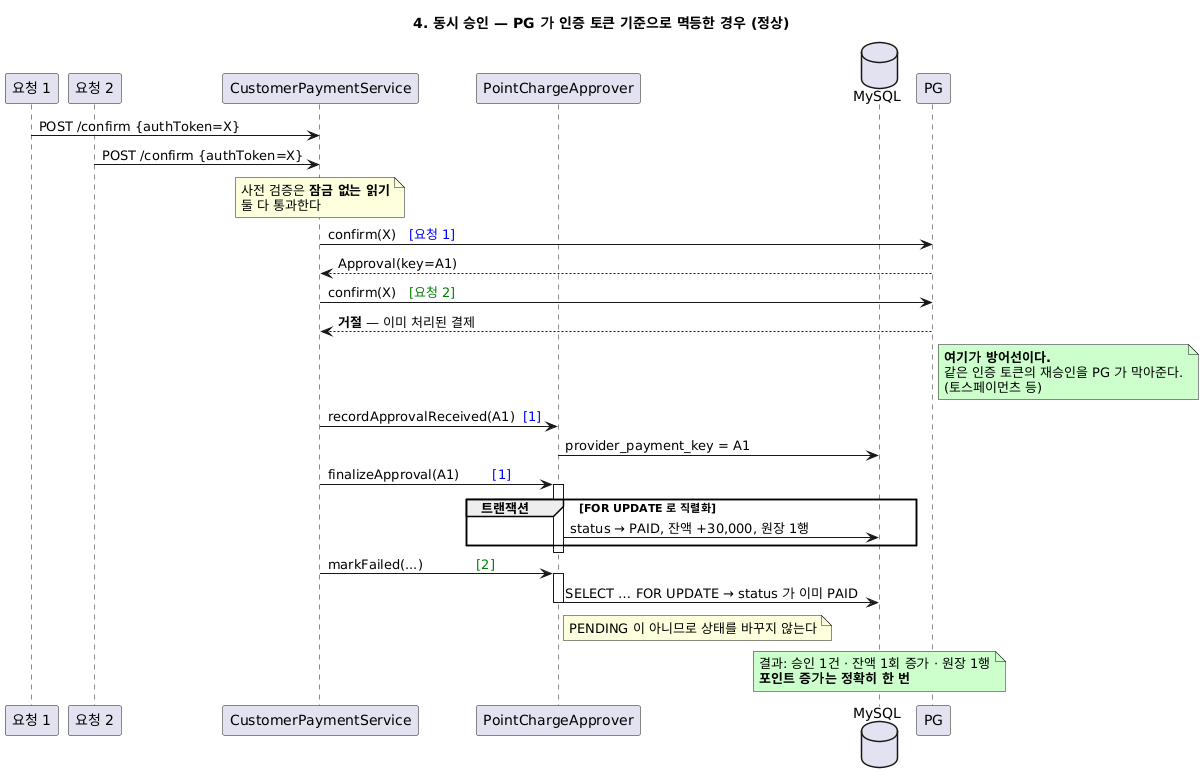
Earlier version of the PlantUML export docs/결제승인_관련_다이어그램/04-동시승인-PG멱등.png (softeerbootcamp-8th/WEB-Team7-Turkey). The source it was exported from:
```plantuml
@startuml 04-동시승인-PG멱등
title 4. 동시 승인 — PG 가 인증 토큰 기준으로 멱등한 경우 (정상)

participant "요청 1" as T1
participant "요청 2" as T2
participant "CustomerPaymentService" as S
participant "PointChargeApprover" as A
database "MySQL" as DB
participant "PG" as PG

T1 -> S: POST /confirm {authToken=X}
T2 -> S: POST /confirm {authToken=X}
note over S: 사전 검증은 <b>잠금 없는 읽기</b>\n둘 다 통과한다

S -> PG: confirm(X)   <font color=blue>[요청 1]</font>
PG --> S: Approval(key=A1)
S -> PG: confirm(X)   <font color=green>[요청 2]</font>
PG --> S: <b>거절</b> — 이미 처리된 결제
note right of PG #CCFFCC
  <b>여기가 방어선이다.</b>
  같은 인증 토큰의 재승인을 PG 가 막아준다.
  (토스페이먼츠 등)
end note

S -> A: recordApprovalReceived(A1)  <font color=blue>[1]</font>
A -> DB: provider_payment_key = A1
S -> A: finalizeApproval(A1)        <font color=blue>[1]</font>
activate A
group 트랜잭션 [FOR UPDATE 로 직렬화]
  A -> DB: status → PAID, 잔액 +30,000, 원장 1행
end
deactivate A

S -> A: markFailed(...)             <font color=green>[2]</font>
activate A
A -> DB: SELECT … FOR UPDATE → status 가 이미 PAID
note right of A: PENDING 이 아니므로 상태를 바꾸지 않는다
deactivate A

note over DB #CCFFCC
  결과: 승인 1건 · 잔액 1회 증가 · 원장 1행
  <b>포인트 증가는 정확히 한 번</b>
end note
@enduml
```
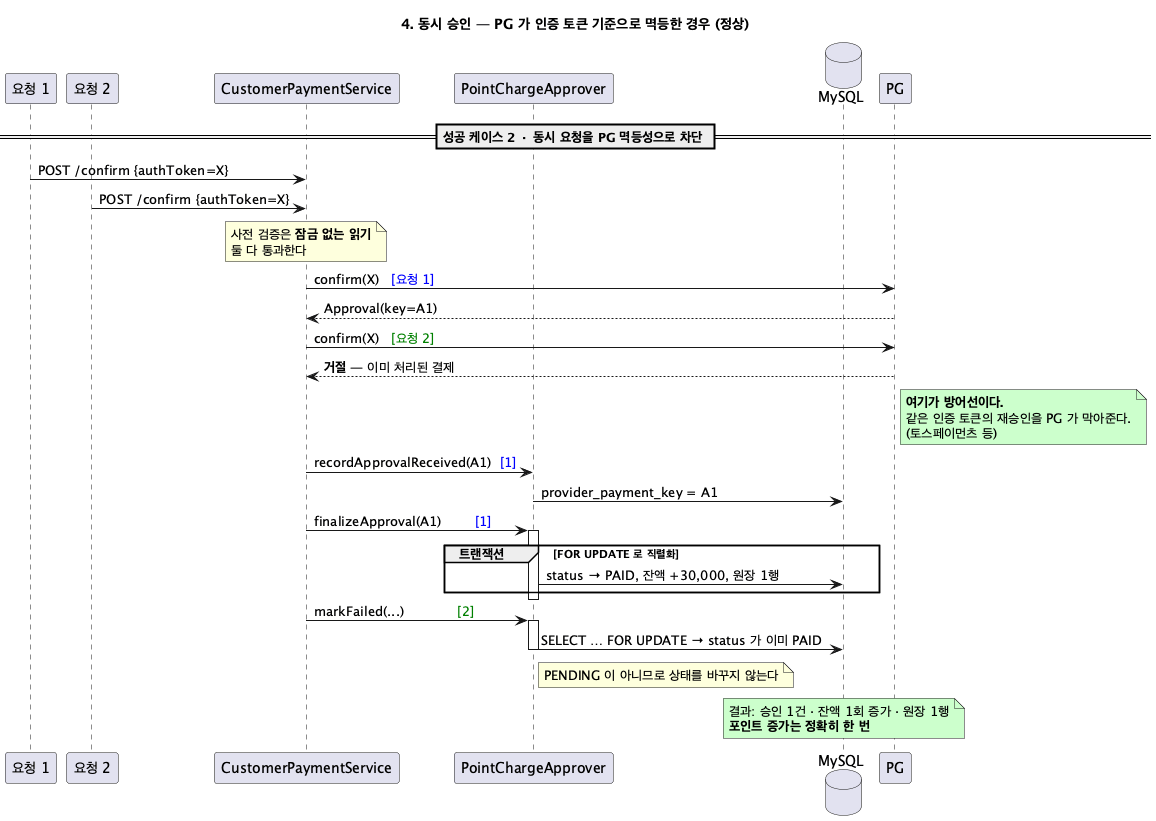
Later version of the same file.

Diff of the diagram source:
```diff
@@ -8,6 +8,7 @@
 database "MySQL" as DB
 participant "PG" as PG
 
+== 성공 케이스 2 · 동시 요청을 PG 멱등성으로 차단 ==
 T1 -> S: POST /confirm {authToken=X}
 T2 -> S: POST /confirm {authToken=X}
 note over S: 사전 검증은 <b>잠금 없는 읽기</b>\n둘 다 통과한다
```
